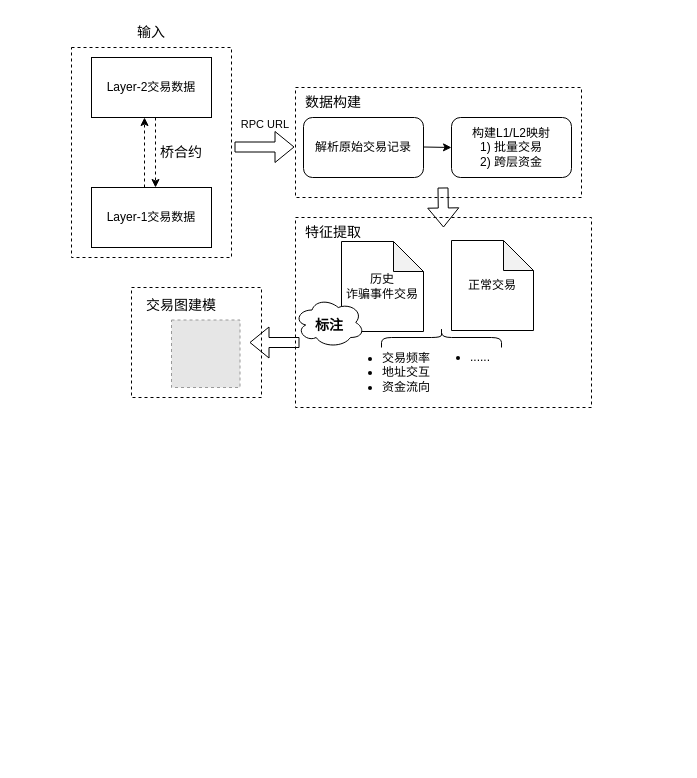
Above: fund.drawio in bossjoker1/Assembly (draw.io), before the change. Source tidied: cells renumbered, new cells numbered last; positions are measured from the earlier drawing's top-left corner, leaving out a move shared by most shapes. Both pictures are drawn from the tidied source at 100%, with x=0, y=0 at pixel (71, 17). Pictures stored in the file or linked from it are replaced by grey dashed boxes.
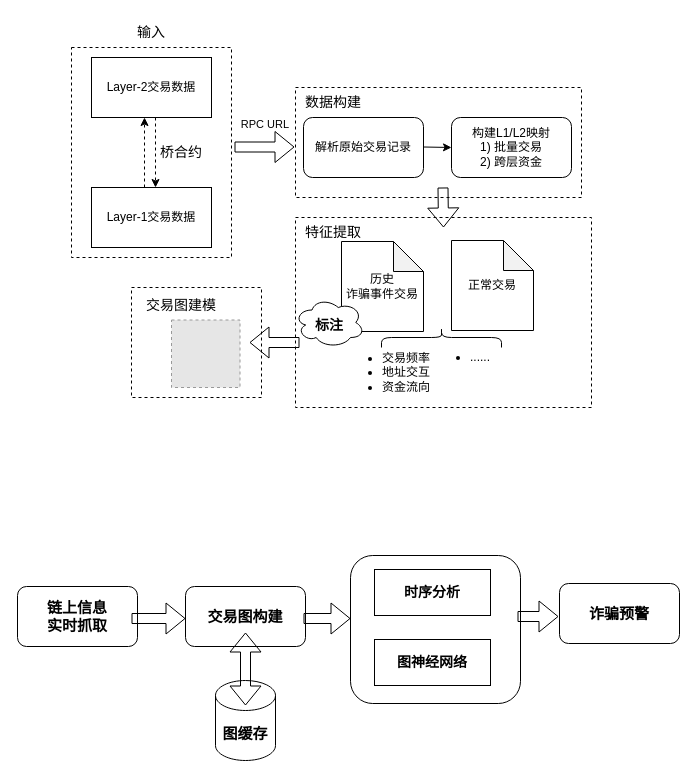
The same diagram, later.

Change to the diagram source:
```diff
@@
+    <mxCell id="31" style="rounded=1;whiteSpace=wrap;html=1;" parent="1" vertex="1">
+      <mxGeometry x="279" y="538" width="170" height="148" as="geometry" />
+    </mxCell>
@@
+    <mxCell id="32" value="&lt;p style=&quot;margin-top: 0pt; margin-bottom: 0pt; margin-left: 0in; direction: ltr; unicode-bidi: embed; word-break: normal;&quot;&gt;&lt;span style=&quot;font-family: &amp;quot;Adobe 黑体 Std R&amp;quot;; font-weight: bold;&quot;&gt;&lt;font style=&quot;font-size: 15px;&quot;&gt;链上信息&lt;/font&gt;&lt;/span&gt;&lt;/p&gt;&lt;p style=&quot;margin-top: 0pt; margin-bottom: 0pt; margin-left: 0in; direction: ltr; unicode-bidi: embed; word-break: normal;&quot;&gt;&lt;span style=&quot;font-family: &amp;quot;Adobe 黑体 Std R&amp;quot;; font-weight: bold;&quot;&gt;&lt;font style=&quot;font-size: 15px;&quot;&gt;实时抓取&lt;/font&gt;&lt;/span&gt;&lt;/p&gt;" style="rounded=1;whiteSpace=wrap;html=1;" parent="1" vertex="1">
+      <mxGeometry x="-54" y="569" width="120" height="60" as="geometry" />
+    </mxCell>
+    <mxCell id="33" value="&lt;font style=&quot;font-size: 15px;&quot;&gt;交易图构建&lt;/font&gt;" style="whiteSpace=wrap;html=1;rounded=1;fontStyle=1;" parent="1" vertex="1">
+      <mxGeometry x="114" y="569" width="120" height="60" as="geometry" />
+    </mxCell>
+    <mxCell id="34" value="&lt;font style=&quot;font-size: 15px;&quot;&gt;&lt;b&gt;图缓存&lt;/b&gt;&lt;/font&gt;" style="shape=cylinder3;whiteSpace=wrap;html=1;boundedLbl=1;backgroundOutline=1;size=15;" parent="1" vertex="1">
+      <mxGeometry x="144" y="663" width="60" height="80" as="geometry" />
+    </mxCell>
+    <mxCell id="35" style="shape=flexArrow;endArrow=classic;startArrow=classic;html=1;rounded=0;" parent="1" edge="1">
+      <mxGeometry relative="1" as="geometry">
+        <mxPoint x="174" y="688" as="sourcePoint" />
+        <mxPoint x="174" y="615" as="targetPoint" />
+      </mxGeometry>
+    </mxCell>
+    <mxCell id="36" style="shape=flexArrow;endArrow=classic;html=1;rounded=0;" parent="1" edge="1">
+      <mxGeometry relative="1" as="geometry">
+        <mxPoint x="60" y="601" as="sourcePoint" />
+        <mxPoint x="114" y="601" as="targetPoint" />
+      </mxGeometry>
+    </mxCell>
+    <mxCell id="37" value="&lt;b&gt;&lt;font style=&quot;font-size: 14px;&quot;&gt;时序分析&lt;/font&gt;&lt;/b&gt;" style="rounded=0;whiteSpace=wrap;html=1;" parent="1" vertex="1">
+      <mxGeometry x="303" y="552" width="116" height="46" as="geometry" />
+    </mxCell>
+    <mxCell id="38" value="&lt;b&gt;&lt;font style=&quot;font-size: 14px;&quot;&gt;图神经网络&lt;/font&gt;&lt;/b&gt;" style="rounded=0;whiteSpace=wrap;html=1;" parent="1" vertex="1">
+      <mxGeometry x="303" y="622" width="116" height="46" as="geometry" />
+    </mxCell>
+    <mxCell id="39" style="shape=flexArrow;endArrow=classic;html=1;rounded=0;" parent="1" edge="1">
+      <mxGeometry relative="1" as="geometry">
+        <mxPoint x="232" y="601" as="sourcePoint" />
+        <mxPoint x="279" y="601" as="targetPoint" />
+      </mxGeometry>
+    </mxCell>
+    <mxCell id="40" value="&lt;p style=&quot;margin-top: 0pt; margin-bottom: 0pt; margin-left: 0in; direction: ltr; unicode-bidi: embed; word-break: normal;&quot;&gt;&lt;font face=&quot;Adobe 黑体 Std R&quot;&gt;&lt;span style=&quot;font-size: 15px;&quot;&gt;&lt;b&gt;诈骗预警&lt;/b&gt;&lt;/span&gt;&lt;/font&gt;&lt;/p&gt;" style="rounded=1;whiteSpace=wrap;html=1;" parent="1" vertex="1">
+      <mxGeometry x="488" y="566" width="120" height="60" as="geometry" />
+    </mxCell>
+    <mxCell id="41" style="shape=flexArrow;endArrow=classic;html=1;rounded=0;" parent="1" edge="1">
+      <mxGeometry relative="1" as="geometry">
+        <mxPoint x="446" y="599" as="sourcePoint" />
+        <mxPoint x="487" y="599" as="targetPoint" />
+      </mxGeometry>
+    </mxCell>
```
